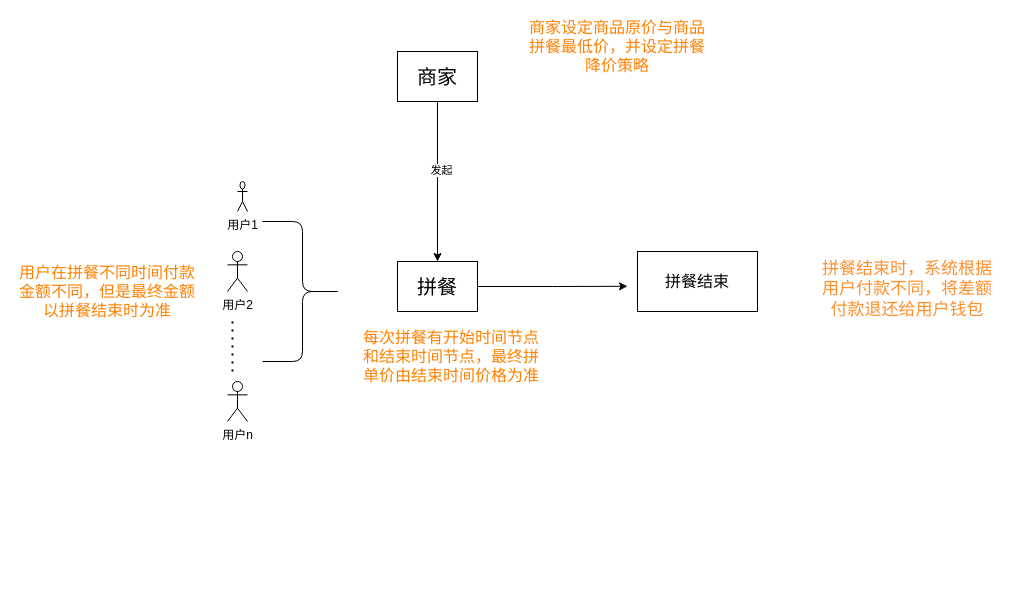
Earlier version of the draw.io diagram 未命名绘图.drawio (acs121/archer). Source tidied: cells renumbered, new cells numbered last; positions are measured from the earlier drawing's top-left corner, leaving out a move shared by most shapes. Both pictures are drawn from the tidied source at 100%, with x=0, y=0 at pixel (17, 21).
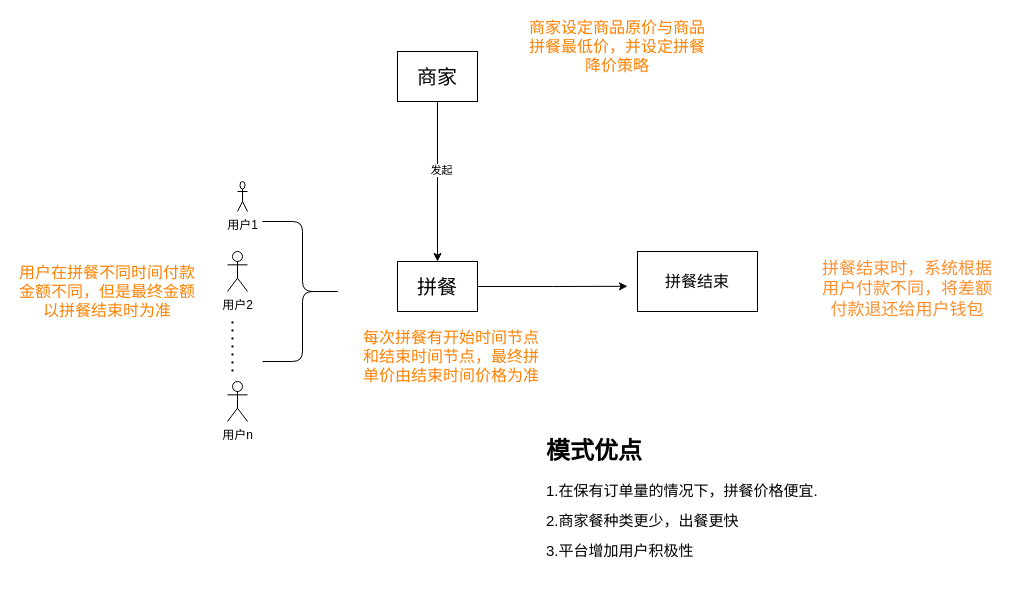
The same diagram, later.

Commit message:
更新未命名绘图.drawio

What changed in the source:
```diff
@@
 <mxGraphModel>
   <root>
     <mxCell id="0" />
     <mxCell id="1" parent="0" />
     <mxCell id="2" style="edgeStyle=orthogonalEdgeStyle;rounded=0;jettySize=auto;html=1;exitX=1;exitY=0.5;exitDx=0;exitDy=0;" parent="1" edge="1" source="3">
       <mxGeometry relative="1" as="geometry">
         <mxPoint x="610" y="264.8" as="targetPoint" />
       </mxGeometry>
     </mxCell>
     <mxCell id="3" value="&lt;font style=&quot;font-size: 20px;&quot;&gt;拼餐&lt;/font&gt;" style="rounded=0;whiteSpace=wrap;html=1;" parent="1" vertex="1">
       <mxGeometry x="380" y="240" width="80" height="50" as="geometry" />
     </mxCell>
     <mxCell id="4" style="edgeStyle=orthogonalEdgeStyle;rounded=0;jettySize=auto;html=1;" parent="1" edge="1" source="6" target="3">
       <mxGeometry relative="1" as="geometry" />
     </mxCell>
     <mxCell id="5" value="发起" style="edgeLabel;html=1;align=center;verticalAlign=middle;" parent="4" vertex="1">
       <mxGeometry x="-0.15" y="3" relative="1" as="geometry" />
     </mxCell>
     <mxCell id="6" value="&lt;font style=&quot;font-size: 20px;&quot;&gt;商家&lt;/font&gt;" style="rounded=0;whiteSpace=wrap;html=1;" parent="1" vertex="1">
       <mxGeometry x="380" y="30" width="80" height="50" as="geometry" />
     </mxCell>
     <mxCell id="7" value="&lt;font color=&quot;#ff8000&quot; style=&quot;font-size: 16px;&quot;&gt;商家设定商品原价与商品拼餐最低价，并设定拼餐降价策略&lt;/font&gt;" style="text;html=1;strokeColor=none;fillColor=none;align=center;verticalAlign=middle;whiteSpace=wrap;rounded=0;" parent="1" vertex="1">
       <mxGeometry x="510" width="180" height="50" as="geometry" />
     </mxCell>
     <mxCell id="8" value="用户1" style="shape=umlActor;verticalLabelPosition=bottom;verticalAlign=top;html=1;" parent="1" vertex="1">
       <mxGeometry x="220" y="160" width="10" height="30" as="geometry" />
     </mxCell>
     <mxCell id="9" value="用户2" style="shape=umlActor;verticalLabelPosition=bottom;verticalAlign=top;html=1;" parent="1" vertex="1">
       <mxGeometry x="210" y="230" width="20" height="40" as="geometry" />
     </mxCell>
     <mxCell id="10" value="用户n" style="shape=umlActor;verticalLabelPosition=bottom;verticalAlign=top;html=1;" parent="1" vertex="1">
       <mxGeometry x="210" y="360" width="20" height="40" as="geometry" />
     </mxCell>
     <mxCell id="11" style="endArrow=none;dashed=1;html=1;dashPattern=1 3;strokeWidth=2;rounded=0;" parent="1" edge="1">
       <mxGeometry relative="1" as="geometry">
         <mxPoint x="215" y="350" as="sourcePoint" />
         <mxPoint x="215" y="300" as="targetPoint" />
       </mxGeometry>
     </mxCell>
     <mxCell id="12" style="shape=curlyBracket;whiteSpace=wrap;html=1;rounded=1;flipH=1;labelPosition=right;verticalLabelPosition=middle;align=left;verticalAlign=middle;" parent="1" vertex="1">
       <mxGeometry x="245" y="200" width="80" height="140" as="geometry" />
     </mxCell>
     <mxCell id="13" value="&lt;font color=&quot;#ff8000&quot; style=&quot;font-size: 16px;&quot;&gt;每次拼餐有开始时间节点和结束时间节点，最终拼单价由结束时间价格为准&lt;/font&gt;" style="text;html=1;strokeColor=none;fillColor=none;align=center;verticalAlign=middle;whiteSpace=wrap;rounded=0;" parent="1" vertex="1">
       <mxGeometry x="344" y="310" width="180" height="50" as="geometry" />
     </mxCell>
     <mxCell id="14" value="&lt;font style=&quot;font-size: 16px;&quot;&gt;拼餐结束&lt;/font&gt;" style="rounded=0;whiteSpace=wrap;html=1;" parent="1" vertex="1">
       <mxGeometry x="620" y="230" width="120" height="60" as="geometry" />
     </mxCell>
     <mxCell id="15" value="&lt;font color=&quot;#ff8f2e&quot; style=&quot;font-size: 17px;&quot;&gt;拼餐结束时，系统根据用户付款不同，将差额付款退还给用户钱包&lt;/font&gt;" style="text;html=1;strokeColor=none;fillColor=none;align=center;verticalAlign=middle;whiteSpace=wrap;rounded=0;" parent="1" vertex="1">
       <mxGeometry x="800" y="235" width="180" height="65" as="geometry" />
     </mxCell>
     <mxCell id="16" value="&lt;font color=&quot;#ff8000&quot; style=&quot;font-size: 16px;&quot;&gt;用户在拼餐不同时间付款金额不同，但是最终金额以拼餐结束时为准&lt;/font&gt;" style="text;html=1;strokeColor=none;fillColor=none;align=center;verticalAlign=middle;whiteSpace=wrap;rounded=0;" parent="1" vertex="1">
       <mxGeometry y="245" width="180" height="50" as="geometry" />
     </mxCell>
+    <mxCell id="17" value="&lt;h1&gt;模式优点&lt;/h1&gt;&lt;p&gt;&lt;font style=&quot;font-size: 15px;&quot;&gt;1.在保有订单量的情况下，拼餐价格便宜.&lt;/font&gt;&lt;/p&gt;&lt;p&gt;&lt;font style=&quot;font-size: 15px;&quot;&gt;2.商家餐种类更少，出餐更快&lt;/font&gt;&lt;/p&gt;&lt;p&gt;&lt;font style=&quot;font-size: 15px;&quot;&gt;3.平台增加用户积极性&lt;/font&gt;&lt;/p&gt;" style="text;html=1;strokeColor=none;fillColor=none;spacing=5;spacingTop=-20;whiteSpace=wrap;overflow=hidden;rounded=0;" parent="1" vertex="1">
+      <mxGeometry x="524" y="410" width="296" height="160" as="geometry" />
+    </mxCell>
   </root>
 </mxGraphModel>
```
